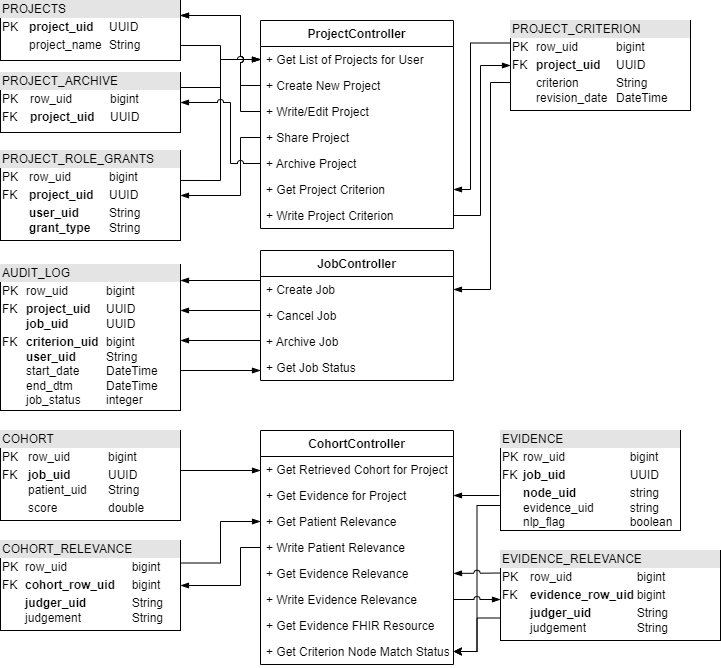
The draw.io diagram middleware-data.png in OHNLP/impact-documentation, before a commit. Source tidied: cells renumbered, new cells last; positions are measured from the earlier drawing's top-left corner, leaving out a move shared by most shapes.
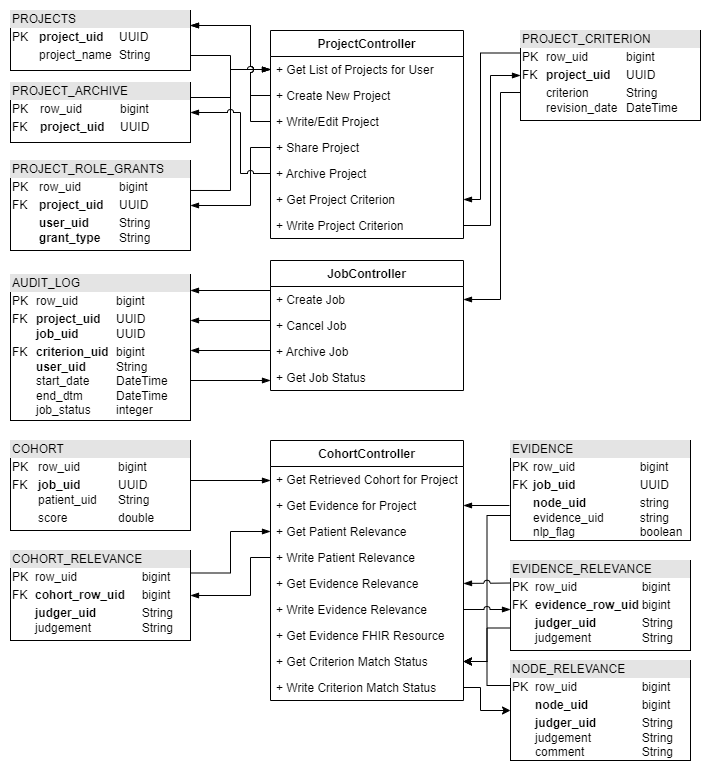
After the change.

Commit message:
Documentation to reflect expanded node relevance/commenting functionality

What changed in the source:
```diff
@@ -174,7 +174,7 @@
       </mxGeometry>
     </mxCell>
     <mxCell id="34" value="CohortController" style="swimlane;fontStyle=1;align=center;verticalAlign=top;horizontal=1;startSize=26;fontColor=#000000;" parent="1" vertex="1">
-      <mxGeometry x="260" y="430" width="193" height="234" as="geometry" />
+      <mxGeometry x="260" y="430" width="193" height="260" as="geometry" />
     </mxCell>
     <mxCell id="35" value="+ Get Retrieved Cohort for Project" style="text;strokeColor=none;fillColor=none;align=left;verticalAlign=top;spacingLeft=4;spacingRight=4;overflow=hidden;fontColor=#000000;" parent="34" vertex="1">
       <mxGeometry y="26" width="193" height="26" as="geometry" />
@@ -197,9 +197,12 @@
     <mxCell id="41" value="+ Get Evidence FHIR Resource " style="text;strokeColor=none;fillColor=none;align=left;verticalAlign=top;spacingLeft=4;spacingRight=4;overflow=hidden;points=[[0,0.5],[1,0.5]];portConstraint=eastwest;fontColor=#000000;" parent="34" vertex="1">
       <mxGeometry y="182" width="193" height="26" as="geometry" />
     </mxCell>
-    <mxCell id="42" value="+ Get Criterion Node Match Status " style="text;strokeColor=none;fillColor=none;align=left;verticalAlign=top;spacingLeft=4;spacingRight=4;overflow=hidden;points=[[0,0.5],[1,0.5]];portConstraint=eastwest;fontColor=#000000;" parent="34" vertex="1">
+    <mxCell id="42" value="+ Get Criterion Match Status " style="text;strokeColor=none;fillColor=none;align=left;verticalAlign=top;spacingLeft=4;spacingRight=4;overflow=hidden;points=[[0,0.5],[1,0.5]];portConstraint=eastwest;fontColor=#000000;" parent="34" vertex="1">
       <mxGeometry y="208" width="193" height="26" as="geometry" />
     </mxCell>
+    <mxCell id="55" value="+ Write Criterion Match Status " style="text;strokeColor=none;fillColor=none;align=left;verticalAlign=top;spacingLeft=4;spacingRight=4;overflow=hidden;points=[[0,0.5],[1,0.5]];portConstraint=eastwest;fontColor=#000000;" parent="34" vertex="1">
+      <mxGeometry y="234" width="193" height="26" as="geometry" />
+    </mxCell>
     <mxCell id="43" value="&lt;div style=&quot;box-sizing:border-box;width:100%;background:#e4e4e4;padding:2px;&quot;&gt;COHORT&lt;/div&gt;&lt;table style=&quot;width:100%;font-size:1em;&quot; cellpadding=&quot;2&quot; cellspacing=&quot;0&quot;&gt;&lt;tbody&gt;&lt;tr&gt;&lt;td&gt;PK&lt;/td&gt;&lt;td&gt;row_uid&lt;span style=&quot;white-space: pre;&quot;&gt;&#9;&lt;/span&gt;&lt;span style=&quot;white-space: pre;&quot;&gt;&#9;&lt;/span&gt;bigint&lt;/td&gt;&lt;/tr&gt;&lt;tr&gt;&lt;td&gt;FK&lt;br&gt;&lt;br&gt;&lt;/td&gt;&lt;td&gt;&lt;b&gt;job_uid&lt;/b&gt;&lt;span style=&quot;font-weight: bold; white-space: pre;&quot;&gt;&#9;&lt;/span&gt;&lt;span style=&quot;font-weight: bold; white-space: pre;&quot;&gt;&#9;&lt;/span&gt;UUID&lt;br&gt;patient_uid&lt;span style=&quot;white-space: pre;&quot;&gt;&#9;&lt;/span&gt;String&lt;/td&gt;&lt;/tr&gt;&lt;tr&gt;&lt;td&gt;&lt;br&gt;&lt;/td&gt;&lt;td&gt;score&lt;span style=&quot;white-space: pre;&quot;&gt;&#9;&lt;/span&gt;&lt;span style=&quot;white-space: pre;&quot;&gt;&#9;&lt;/span&gt;double&lt;/td&gt;&lt;/tr&gt;&lt;/tbody&gt;&lt;/table&gt;" style="verticalAlign=top;align=left;overflow=fill;html=1;fontColor=#000000;" parent="1" vertex="1">
       <mxGeometry y="430" width="180" height="90" as="geometry" />
     </mxCell>
@@ -244,7 +247,7 @@
       <mxGeometry relative="1" as="geometry" />
     </mxCell>
     <mxCell id="52" value="&lt;div style=&quot;box-sizing:border-box;width:100%;background:#e4e4e4;padding:2px;&quot;&gt;EVIDENCE_RELEVANCE&lt;/div&gt;&lt;table style=&quot;width:100%;font-size:1em;&quot; cellpadding=&quot;2&quot; cellspacing=&quot;0&quot;&gt;&lt;tbody&gt;&lt;tr&gt;&lt;td&gt;PK&lt;/td&gt;&lt;td&gt;row_uid&lt;span style=&quot;white-space: pre;&quot;&gt;&#9;&lt;/span&gt;&lt;span style=&quot;white-space: pre;&quot;&gt;&#9;&lt;span style=&quot;white-space: pre;&quot;&gt;&#9;&lt;/span&gt;&lt;/span&gt;bigint&lt;/td&gt;&lt;/tr&gt;&lt;tr&gt;&lt;td&gt;FK&lt;br&gt;&lt;/td&gt;&lt;td&gt;&lt;b&gt;evidence_row_uid&lt;span style=&quot;white-space: pre;&quot;&gt;&#9;&lt;/span&gt;&lt;/b&gt;bigint&lt;/td&gt;&lt;/tr&gt;&lt;tr&gt;&lt;td&gt;&lt;br&gt;&lt;/td&gt;&lt;td&gt;&lt;b&gt;judger_uid&lt;span style=&quot;white-space: pre;&quot;&gt;&#9;&lt;span style=&quot;white-space: pre;&quot;&gt;&#9;&lt;/span&gt;&lt;/span&gt;&lt;/b&gt;String&lt;br&gt;judgement&lt;span style=&quot;white-space: pre;&quot;&gt;&#9;&lt;span style=&quot;white-space: pre;&quot;&gt;&#9;&lt;/span&gt;&lt;/span&gt;String&lt;/td&gt;&lt;/tr&gt;&lt;/tbody&gt;&lt;/table&gt;" style="verticalAlign=top;align=left;overflow=fill;html=1;fontColor=#000000;" parent="1" vertex="1">
-      <mxGeometry x="500" y="550" width="220" height="90" as="geometry" />
+      <mxGeometry x="500" y="550" width="180" height="90" as="geometry" />
     </mxCell>
     <mxCell id="53" style="edgeStyle=orthogonalEdgeStyle;rounded=0;jumpStyle=arc;jettySize=auto;html=1;fontColor=#000000;startArrow=none;startFill=0;endArrow=blockThin;endFill=1;entryX=1;entryY=0.5;entryDx=0;entryDy=0;exitX=0;exitY=0.25;exitDx=0;exitDy=0;" parent="1" edge="1" source="52" target="39">
       <mxGeometry relative="1" as="geometry" />
@@ -257,5 +260,19 @@
         </Array>
       </mxGeometry>
     </mxCell>
+    <mxCell id="56" style="edgeStyle=orthogonalEdgeStyle;rounded=0;jettySize=auto;html=1;exitX=0;exitY=0.25;exitDx=0;exitDy=0;entryX=1;entryY=0.5;entryDx=0;entryDy=0;" parent="1" edge="1" source="57" target="42">
+      <mxGeometry relative="1" as="geometry" />
+    </mxCell>
+    <mxCell id="57" value="&lt;div style=&quot;box-sizing:border-box;width:100%;background:#e4e4e4;padding:2px;&quot;&gt;NODE_RELEVANCE&lt;/div&gt;&lt;table style=&quot;width:100%;font-size:1em;&quot; cellpadding=&quot;2&quot; cellspacing=&quot;0&quot;&gt;&lt;tbody&gt;&lt;tr&gt;&lt;td&gt;PK&lt;/td&gt;&lt;td&gt;row_uid&lt;span style=&quot;&quot;&gt;&#9;&lt;span style=&quot;white-space: pre;&quot;&gt;&#9;&lt;/span&gt;&lt;span style=&quot;white-space: pre;&quot;&gt;&#9;&lt;span style=&quot;white-space: pre;&quot;&gt;&#9;&lt;/span&gt;&lt;/span&gt;&lt;/span&gt;bigint&lt;/td&gt;&lt;/tr&gt;&lt;tr&gt;&lt;td&gt;&lt;br&gt;&lt;/td&gt;&lt;td&gt;&lt;b&gt;node_uid&lt;span style=&quot;&quot;&gt;&#9;&lt;span style=&quot;white-space: pre;&quot;&gt;&#9;&lt;/span&gt;&amp;nbsp;&lt;span style=&quot;white-space: pre;&quot;&gt;&#9;&lt;/span&gt;&lt;/span&gt;&lt;/b&gt;bigint&lt;/td&gt;&lt;/tr&gt;&lt;tr&gt;&lt;td&gt;&lt;br&gt;&lt;/td&gt;&lt;td&gt;&lt;b&gt;judger_uid&lt;span style=&quot;&quot;&gt;&#9;&lt;span style=&quot;white-space: pre;&quot;&gt;&#9;&lt;/span&gt;&lt;span style=&quot;&quot;&gt;&#9;&lt;span style=&quot;white-space: pre;&quot;&gt;&#9;&lt;/span&gt;&lt;/span&gt;&lt;/span&gt;&lt;/b&gt;String&lt;br&gt;judgement&lt;span style=&quot;&quot;&gt;&#9;&lt;span style=&quot;white-space: pre;&quot;&gt;&#9;&lt;/span&gt;&lt;span style=&quot;&quot;&gt;&#9;&lt;span style=&quot;white-space: pre;&quot;&gt;&#9;&lt;/span&gt;&lt;/span&gt;&lt;/span&gt;String&lt;br&gt;comment&lt;span style=&quot;white-space: pre;&quot;&gt;&#9;&lt;/span&gt;&lt;span style=&quot;white-space: pre;&quot;&gt;&#9;&lt;/span&gt;&amp;nbsp;&lt;span style=&quot;white-space: pre;&quot;&gt;&#9;&lt;/span&gt;String&lt;/td&gt;&lt;/tr&gt;&lt;/tbody&gt;&lt;/table&gt;" style="verticalAlign=top;align=left;overflow=fill;html=1;fontColor=#000000;" parent="1" vertex="1">
+      <mxGeometry x="500" y="650" width="180" height="100" as="geometry" />
+    </mxCell>
+    <mxCell id="58" style="edgeStyle=orthogonalEdgeStyle;rounded=0;jettySize=auto;html=1;exitX=1;exitY=0.5;exitDx=0;exitDy=0;entryX=0;entryY=0.5;entryDx=0;entryDy=0;" parent="1" edge="1" source="55" target="57">
+      <mxGeometry relative="1" as="geometry">
+        <Array as="points">
+          <mxPoint x="470" y="677" />
+          <mxPoint x="470" y="700" />
+        </Array>
+      </mxGeometry>
+    </mxCell>
   </root>
 </mxGraphModel>
```
